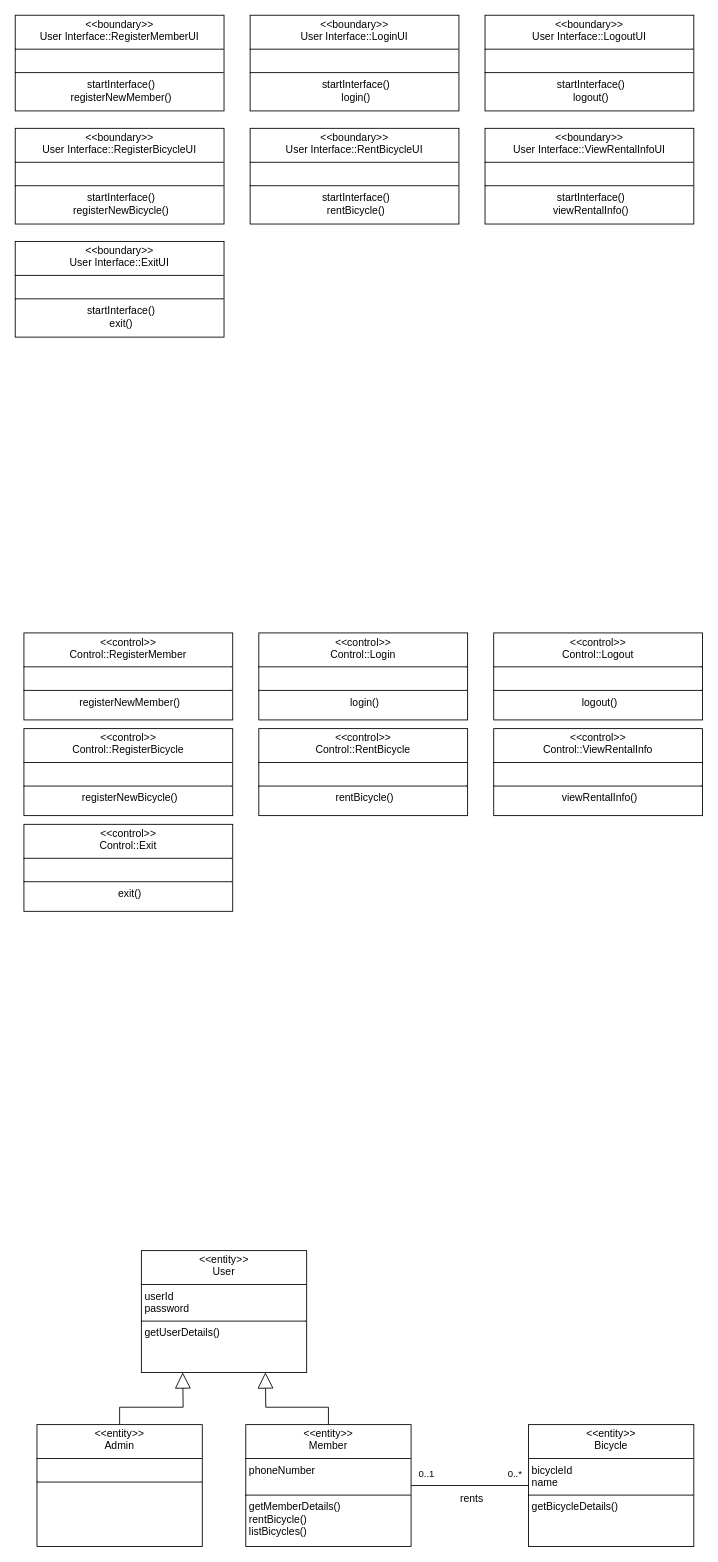
The draw.io diagram Analysis_Class_Diagram.drawio in MODUGGAGI/homework, before the edit. Source tidied: cells renumbered, new cells numbered last; positions are measured from the earlier drawing's top-left corner, leaving out a move shared by most shapes. Both pictures are drawn from the tidied source at 87%, with x=0, y=0 at pixel (15, 15).
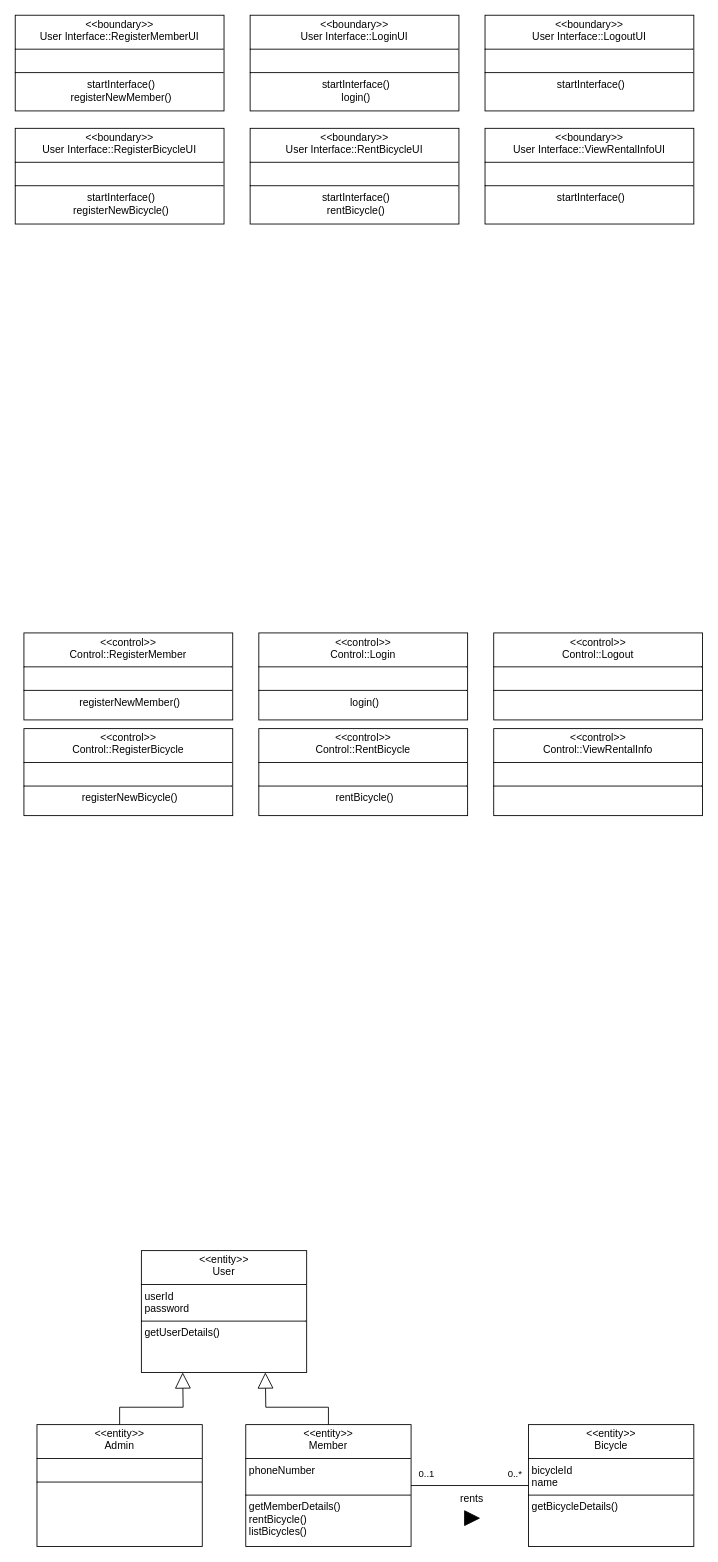
The same page after the edit.

Commit message (it also covers changes not shown here):
다이어그램 업데이트

The edit, as a diff of the source:
```diff
@@
-    <mxCell id="4" value="&lt;p style=&quot;margin:0px;margin-top:4px;text-align:center;&quot;&gt;&lt;i&gt;&amp;lt;&amp;lt;&lt;/i&gt;boundary&lt;i&gt;&amp;gt;&amp;gt;&lt;/i&gt;&lt;br&gt;User Interface::Logout&lt;span style=&quot;background-color: transparent; color: light-dark(rgb(0, 0, 0), rgb(255, 255, 255));&quot;&gt;UI&lt;/span&gt;&lt;/p&gt;&lt;hr size=&quot;1&quot; style=&quot;border-style:solid;&quot;&gt;&lt;br class=&quot;Apple-interchange-newline&quot;&gt;&lt;hr style=&quot;border-style: solid;&quot; size=&quot;1&quot;&gt;&lt;p style=&quot;text-align: center; margin: 0px 0px 0px 4px;&quot;&gt;startInterface()&lt;/p&gt;&lt;p style=&quot;text-align: center; margin: 0px 0px 0px 4px;&quot;&gt;logout()&lt;/p&gt;" style="verticalAlign=top;align=left;overflow=fill;html=1;whiteSpace=wrap;" parent="1" vertex="1">
+    <mxCell id="4" value="&lt;p style=&quot;margin:0px;margin-top:4px;text-align:center;&quot;&gt;&lt;i&gt;&amp;lt;&amp;lt;&lt;/i&gt;boundary&lt;i&gt;&amp;gt;&amp;gt;&lt;/i&gt;&lt;br&gt;User Interface::Logout&lt;span style=&quot;background-color: transparent; color: light-dark(rgb(0, 0, 0), rgb(255, 255, 255));&quot;&gt;UI&lt;/span&gt;&lt;/p&gt;&lt;hr size=&quot;1&quot; style=&quot;border-style:solid;&quot;&gt;&lt;br class=&quot;Apple-interchange-newline&quot;&gt;&lt;hr style=&quot;border-style: solid;&quot; size=&quot;1&quot;&gt;&lt;p style=&quot;text-align: center; margin: 0px 0px 0px 4px;&quot;&gt;startInterface()&lt;/p&gt;&lt;p style=&quot;text-align: center; margin: 0px 0px 0px 4px;&quot;&gt;&lt;br&gt;&lt;/p&gt;" style="verticalAlign=top;align=left;overflow=fill;html=1;whiteSpace=wrap;" parent="1" vertex="1">
       <mxGeometry x="540" width="240" height="110" as="geometry" />
     </mxCell>
@@
-    <mxCell id="7" value="&lt;p style=&quot;margin:0px;margin-top:4px;text-align:center;&quot;&gt;&lt;i&gt;&amp;lt;&amp;lt;&lt;/i&gt;control&lt;i&gt;&amp;gt;&amp;gt;&lt;/i&gt;&lt;br&gt;Control::&lt;span style=&quot;background-color: transparent; color: light-dark(rgb(0, 0, 0), rgb(255, 255, 255));&quot;&gt;Logout&lt;/span&gt;&lt;/p&gt;&lt;hr size=&quot;1&quot; style=&quot;border-style:solid;&quot;&gt;&lt;p style=&quot;margin: 0px 0px 0px 4px;&quot;&gt;&lt;br&gt;&lt;/p&gt;&lt;hr style=&quot;border-style: solid;&quot; size=&quot;1&quot;&gt;&lt;p style=&quot;text-align: center; margin: 0px 0px 0px 4px;&quot;&gt;logout()&lt;/p&gt;" style="verticalAlign=top;align=left;overflow=fill;html=1;whiteSpace=wrap;" parent="1" vertex="1">
+    <mxCell id="7" value="&lt;p style=&quot;margin:0px;margin-top:4px;text-align:center;&quot;&gt;&lt;i&gt;&amp;lt;&amp;lt;&lt;/i&gt;control&lt;i&gt;&amp;gt;&amp;gt;&lt;/i&gt;&lt;br&gt;Control::&lt;span style=&quot;background-color: transparent; color: light-dark(rgb(0, 0, 0), rgb(255, 255, 255));&quot;&gt;Logout&lt;/span&gt;&lt;/p&gt;&lt;hr size=&quot;1&quot; style=&quot;border-style:solid;&quot;&gt;&lt;p style=&quot;margin: 0px 0px 0px 4px;&quot;&gt;&lt;br&gt;&lt;/p&gt;&lt;hr style=&quot;border-style: solid;&quot; size=&quot;1&quot;&gt;&lt;p style=&quot;text-align: center; margin: 0px 0px 0px 4px;&quot;&gt;&lt;br&gt;&lt;/p&gt;" style="verticalAlign=top;align=left;overflow=fill;html=1;whiteSpace=wrap;" parent="1" vertex="1">
       <mxGeometry x="550" y="710" width="240" height="100" as="geometry" />
     </mxCell>
@@
-    <mxCell id="12" value="&lt;p style=&quot;margin:0px;margin-top:4px;text-align:center;&quot;&gt;&lt;i&gt;&amp;lt;&amp;lt;&lt;/i&gt;boundary&lt;i&gt;&amp;gt;&amp;gt;&lt;/i&gt;&lt;br&gt;User Interface:&lt;span style=&quot;background-color: transparent; color: light-dark(rgb(0, 0, 0), rgb(255, 255, 255));&quot;&gt;:ViewRentalInfoUI&lt;/span&gt;&lt;/p&gt;&lt;hr size=&quot;1&quot; style=&quot;border-style:solid;&quot;&gt;&lt;p style=&quot;text-align: center; margin: 0px 0px 0px 4px;&quot;&gt;&lt;br class=&quot;Apple-interchange-newline&quot;&gt;&lt;/p&gt;&lt;hr style=&quot;border-style: solid;&quot; size=&quot;1&quot;&gt;&lt;p style=&quot;text-align: center; margin: 0px 0px 0px 4px;&quot;&gt;startInterface()&lt;/p&gt;&lt;p style=&quot;text-align: center; margin: 0px 0px 0px 4px;&quot;&gt;viewRentalInfo()&lt;/p&gt;" style="verticalAlign=top;align=left;overflow=fill;html=1;whiteSpace=wrap;" parent="1" vertex="1">
+    <mxCell id="12" value="&lt;p style=&quot;margin:0px;margin-top:4px;text-align:center;&quot;&gt;&lt;i&gt;&amp;lt;&amp;lt;&lt;/i&gt;boundary&lt;i&gt;&amp;gt;&amp;gt;&lt;/i&gt;&lt;br&gt;User Interface:&lt;span style=&quot;background-color: transparent; color: light-dark(rgb(0, 0, 0), rgb(255, 255, 255));&quot;&gt;:ViewRentalInfoUI&lt;/span&gt;&lt;/p&gt;&lt;hr size=&quot;1&quot; style=&quot;border-style:solid;&quot;&gt;&lt;p style=&quot;text-align: center; margin: 0px 0px 0px 4px;&quot;&gt;&lt;br class=&quot;Apple-interchange-newline&quot;&gt;&lt;/p&gt;&lt;hr style=&quot;border-style: solid;&quot; size=&quot;1&quot;&gt;&lt;p style=&quot;text-align: center; margin: 0px 0px 0px 4px;&quot;&gt;startInterface()&lt;/p&gt;&lt;p style=&quot;text-align: center; margin: 0px 0px 0px 4px;&quot;&gt;&lt;br&gt;&lt;/p&gt;" style="verticalAlign=top;align=left;overflow=fill;html=1;whiteSpace=wrap;" parent="1" vertex="1">
       <mxGeometry x="540" y="130" width="240" height="110" as="geometry" />
     </mxCell>
-    <mxCell id="13" value="&lt;p style=&quot;margin:0px;margin-top:4px;text-align:center;&quot;&gt;&lt;i&gt;&amp;lt;&amp;lt;&lt;/i&gt;control&lt;i&gt;&amp;gt;&amp;gt;&lt;/i&gt;&lt;br&gt;Control::&lt;span style=&quot;background-color: transparent; color: light-dark(rgb(0, 0, 0), rgb(255, 255, 255));&quot;&gt;ViewRentalInfo&lt;/span&gt;&lt;/p&gt;&lt;hr size=&quot;1&quot; style=&quot;border-style:solid;&quot;&gt;&lt;p style=&quot;text-align: center; margin: 0px 0px 0px 4px;&quot;&gt;&lt;br class=&quot;Apple-interchange-newline&quot;&gt;&lt;/p&gt;&lt;hr style=&quot;border-style: solid;&quot; size=&quot;1&quot;&gt;&lt;p style=&quot;text-align: center; margin: 0px 0px 0px 4px;&quot;&gt;viewRentalInfo()&lt;/p&gt;" style="verticalAlign=top;align=left;overflow=fill;html=1;whiteSpace=wrap;" parent="1" vertex="1">
+    <mxCell id="13" value="&lt;p style=&quot;margin:0px;margin-top:4px;text-align:center;&quot;&gt;&lt;i&gt;&amp;lt;&amp;lt;&lt;/i&gt;control&lt;i&gt;&amp;gt;&amp;gt;&lt;/i&gt;&lt;br&gt;Control::&lt;span style=&quot;background-color: transparent; color: light-dark(rgb(0, 0, 0), rgb(255, 255, 255));&quot;&gt;ViewRentalInfo&lt;/span&gt;&lt;/p&gt;&lt;hr size=&quot;1&quot; style=&quot;border-style:solid;&quot;&gt;&lt;p style=&quot;text-align: center; margin: 0px 0px 0px 4px;&quot;&gt;&lt;br class=&quot;Apple-interchange-newline&quot;&gt;&lt;/p&gt;&lt;hr style=&quot;border-style: solid;&quot; size=&quot;1&quot;&gt;&lt;p style=&quot;text-align: center; margin: 0px 0px 0px 4px;&quot;&gt;&lt;br&gt;&lt;/p&gt;" style="verticalAlign=top;align=left;overflow=fill;html=1;whiteSpace=wrap;" parent="1" vertex="1">
       <mxGeometry x="550" y="820" width="240" height="100" as="geometry" />
     </mxCell>
-    <mxCell id="14" value="&lt;p style=&quot;margin:0px;margin-top:4px;text-align:center;&quot;&gt;&lt;i&gt;&amp;lt;&amp;lt;&lt;/i&gt;boundary&lt;i&gt;&amp;gt;&amp;gt;&lt;/i&gt;&lt;br&gt;User Interface:&lt;span style=&quot;background-color: transparent; color: light-dark(rgb(0, 0, 0), rgb(255, 255, 255));&quot;&gt;:ExitUI&lt;/span&gt;&lt;/p&gt;&lt;hr size=&quot;1&quot; style=&quot;border-style:solid;&quot;&gt;&lt;p style=&quot;text-align: center; margin: 0px 0px 0px 4px;&quot;&gt;&lt;br class=&quot;Apple-interchange-newline&quot;&gt;&lt;/p&gt;&lt;hr style=&quot;border-style: solid;&quot; size=&quot;1&quot;&gt;&lt;p style=&quot;text-align: center; margin: 0px 0px 0px 4px;&quot;&gt;startInterface()&lt;br&gt;exit()&lt;/p&gt;" style="verticalAlign=top;align=left;overflow=fill;html=1;whiteSpace=wrap;" parent="1" vertex="1">
-      <mxGeometry y="260" width="240" height="110" as="geometry" />
-    </mxCell>
-    <mxCell id="15" value="&lt;p style=&quot;margin:0px;margin-top:4px;text-align:center;&quot;&gt;&lt;i&gt;&amp;lt;&amp;lt;&lt;/i&gt;control&lt;i&gt;&amp;gt;&amp;gt;&lt;/i&gt;&lt;br&gt;Control::&lt;span style=&quot;background-color: transparent; color: light-dark(rgb(0, 0, 0), rgb(255, 255, 255));&quot;&gt;Exit&lt;/span&gt;&lt;/p&gt;&lt;hr size=&quot;1&quot; style=&quot;border-style:solid;&quot;&gt;&lt;br class=&quot;Apple-interchange-newline&quot;&gt;&lt;hr style=&quot;border-style: solid;&quot; size=&quot;1&quot;&gt;&lt;p style=&quot;text-align: center; margin: 0px 0px 0px 4px;&quot;&gt;exit()&lt;/p&gt;" style="verticalAlign=top;align=left;overflow=fill;html=1;whiteSpace=wrap;" parent="1" vertex="1">
-      <mxGeometry x="10" y="930" width="240" height="100" as="geometry" />
-    </mxCell>
@@
+    <mxCell id="26" style="triangle;whiteSpace=wrap;html=1;fillColor=#000000;" parent="1" vertex="1">
+      <mxGeometry x="516.5" y="1719" width="17" height="17" as="geometry" />
+    </mxCell>
```
